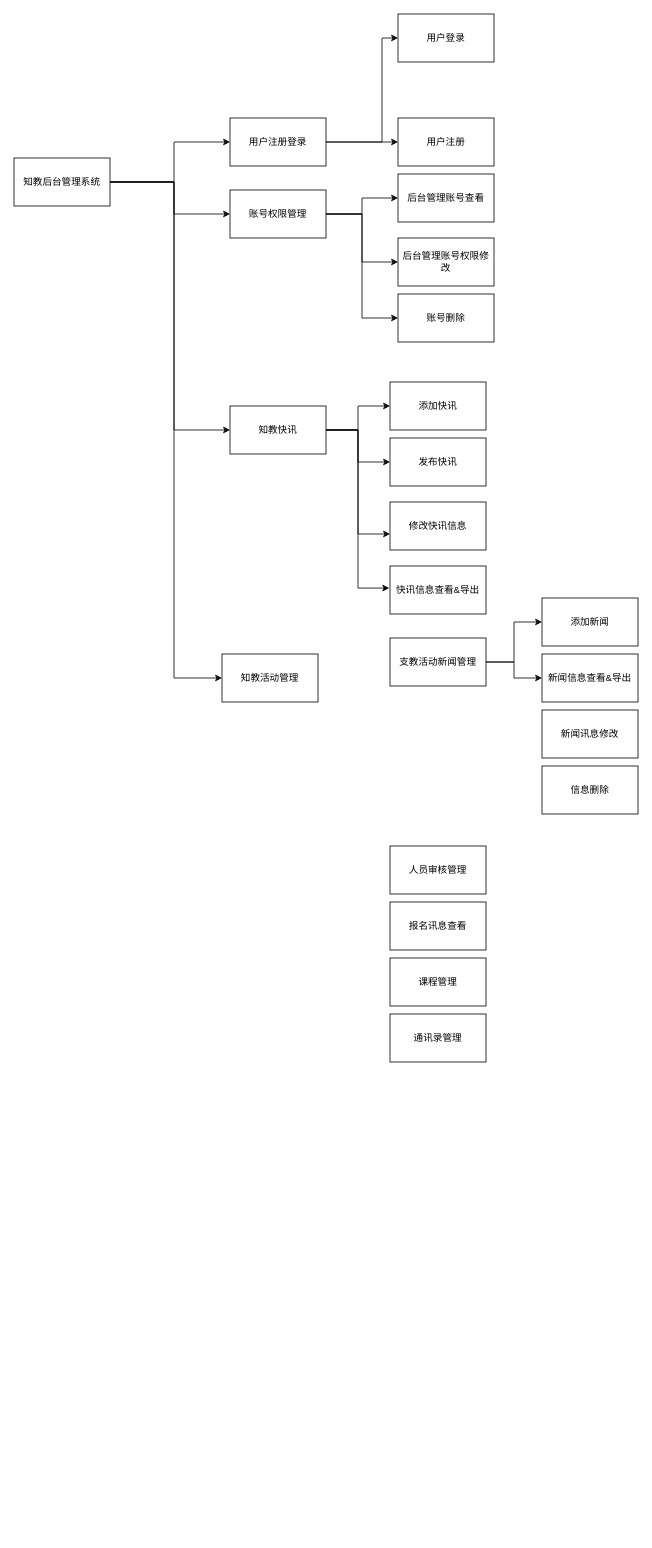
The draw.io diagram 未命名绘图.drawio in 0WuXiaofang/draw.io, before the edit. Source tidied: cells renumbered, new cells numbered last; positions are measured from the earlier drawing's top-left corner, leaving out a move shared by most shapes. Both pictures are drawn from the tidied source at 80%, with x=0, y=0 at pixel (14, 14).
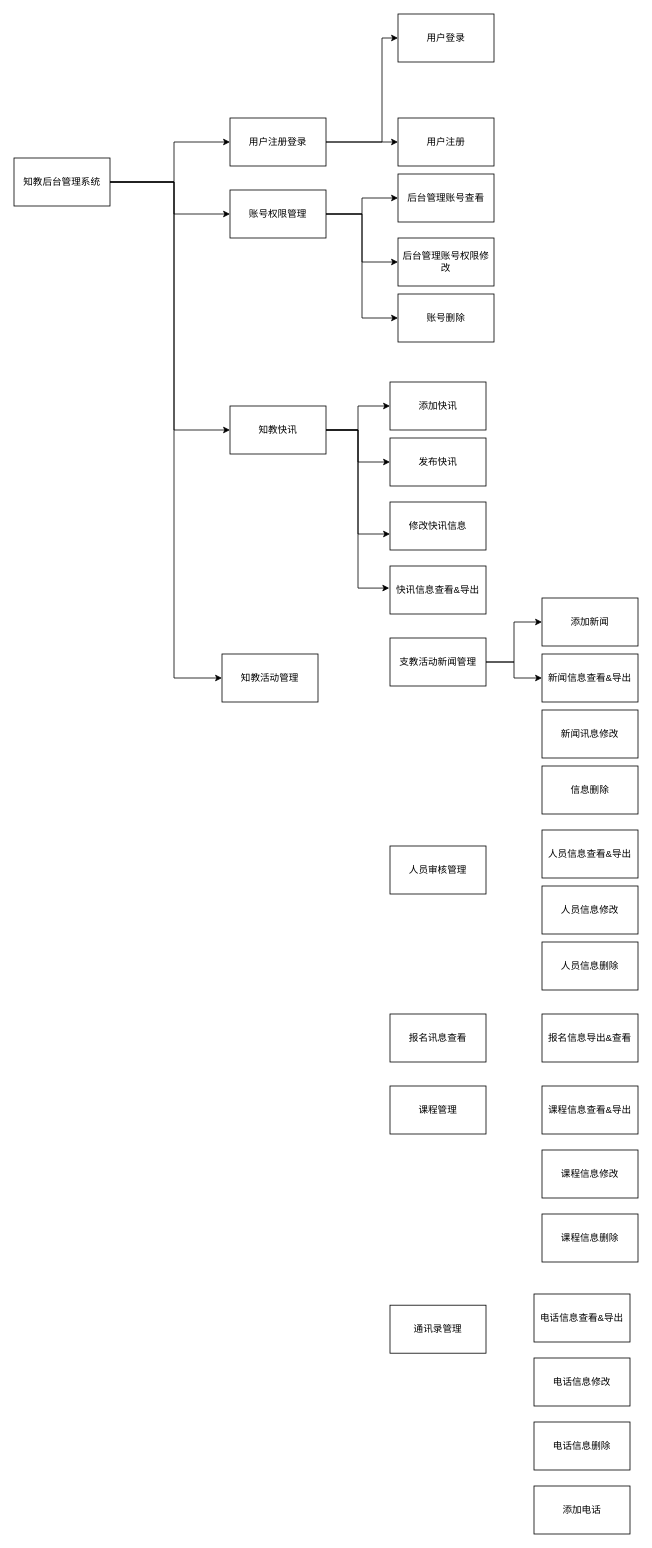
After the change.

What changed in the source:
```diff
@@
     <mxCell id="33" value="报名讯息查看" style="rounded=0;whiteSpace=wrap;html=1;" parent="1" vertex="1">
-      <mxGeometry x="470" y="1110" width="120" height="60" as="geometry" />
+      <mxGeometry x="470" y="1250" width="120" height="60" as="geometry" />
     </mxCell>
     <mxCell id="34" value="课程管理" style="rounded=0;whiteSpace=wrap;html=1;" parent="1" vertex="1">
-      <mxGeometry x="470" y="1180" width="120" height="60" as="geometry" />
+      <mxGeometry x="470" y="1340" width="120" height="60" as="geometry" />
     </mxCell>
     <mxCell id="35" value="通讯录管理" style="rounded=0;whiteSpace=wrap;html=1;" parent="1" vertex="1">
-      <mxGeometry x="470" y="1250" width="120" height="60" as="geometry" />
+      <mxGeometry x="470" y="1614" width="120" height="60" as="geometry" />
     </mxCell>
@@
+    <mxCell id="40" value="人员信息查看&amp;amp;导出" style="rounded=0;whiteSpace=wrap;html=1;" parent="1" vertex="1">
+      <mxGeometry x="660" y="1020" width="120" height="60" as="geometry" />
+    </mxCell>
+    <mxCell id="41" value="人员信息修改" style="rounded=0;whiteSpace=wrap;html=1;" parent="1" vertex="1">
+      <mxGeometry x="660" y="1090" width="120" height="60" as="geometry" />
+    </mxCell>
+    <mxCell id="42" value="人员信息删除" style="rounded=0;whiteSpace=wrap;html=1;" parent="1" vertex="1">
+      <mxGeometry x="660" y="1160" width="120" height="60" as="geometry" />
+    </mxCell>
+    <mxCell id="43" value="报名信息导出&amp;amp;查看" style="rounded=0;whiteSpace=wrap;html=1;" parent="1" vertex="1">
+      <mxGeometry x="660" y="1250" width="120" height="60" as="geometry" />
+    </mxCell>
+    <mxCell id="44" value="课程信息修改" style="rounded=0;whiteSpace=wrap;html=1;" parent="1" vertex="1">
+      <mxGeometry x="660" y="1420" width="120" height="60" as="geometry" />
+    </mxCell>
+    <mxCell id="45" value="课程信息查看&amp;amp;导出" style="rounded=0;whiteSpace=wrap;html=1;" parent="1" vertex="1">
+      <mxGeometry x="660" y="1340" width="120" height="60" as="geometry" />
+    </mxCell>
+    <mxCell id="46" value="课程信息删除" style="rounded=0;whiteSpace=wrap;html=1;" parent="1" vertex="1">
+      <mxGeometry x="660" y="1500" width="120" height="60" as="geometry" />
+    </mxCell>
+    <mxCell id="47" value="电话信息修改" style="rounded=0;whiteSpace=wrap;html=1;" parent="1" vertex="1">
+      <mxGeometry x="650" y="1680" width="120" height="60" as="geometry" />
+    </mxCell>
+    <mxCell id="48" value="电话信息查看&amp;amp;导出" style="rounded=0;whiteSpace=wrap;html=1;" parent="1" vertex="1">
+      <mxGeometry x="650" y="1600" width="120" height="60" as="geometry" />
+    </mxCell>
+    <mxCell id="49" value="电话信息删除" style="rounded=0;whiteSpace=wrap;html=1;" parent="1" vertex="1">
+      <mxGeometry x="650" y="1760" width="120" height="60" as="geometry" />
+    </mxCell>
+    <mxCell id="50" value="添加电话" style="rounded=0;whiteSpace=wrap;html=1;" parent="1" vertex="1">
+      <mxGeometry x="650" y="1840" width="120" height="60" as="geometry" />
+    </mxCell>
```
